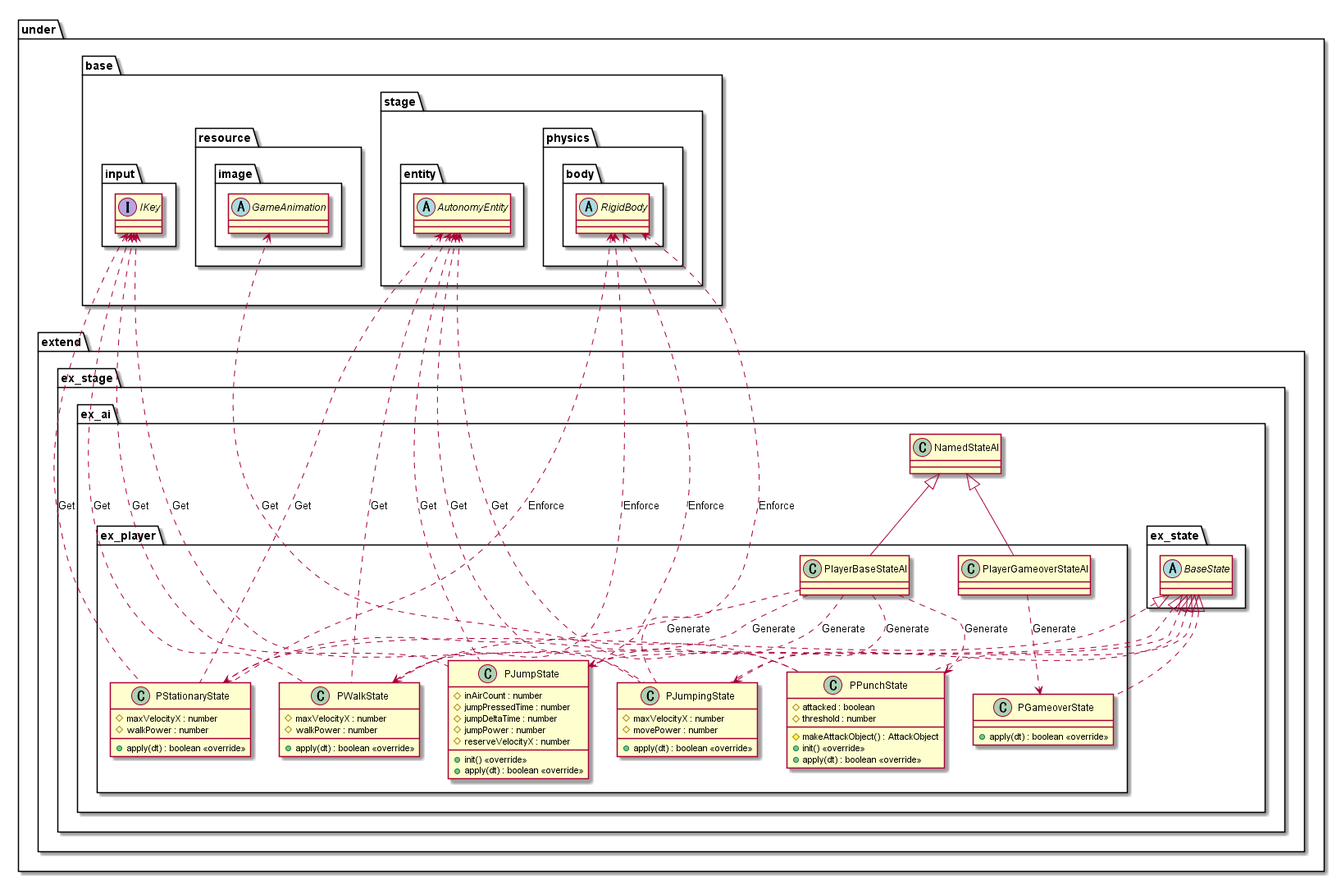
This is out/uml/entity/ai/ExtendPlayer/AIExtend.png from Expine/Under, a PlantUML export, as it was before one commit. Its diagram source:
```plantuml
@startuml AIExtend

package under {
    package extend {
        package ex_stage {
            package ex_ai {
                package ex_player {
                    class PlayerBaseStateAI
                    class PlayerGameoverStateAI
                    class PStationaryState {
                        #maxVelocityX : number
                        #walkPower : number
                        +apply(dt) : boolean <<override>>
                    }
                    class PWalkState {
                        #maxVelocityX : number
                        #walkPower : number
                        +apply(dt) : boolean <<override>>
                    }
                    class PJumpState {
                        #inAirCount : number
                        #jumpPressedTime : number
                        #jumpDeltaTime : number
                        #jumpPower : number
                        #reserveVelocityX : number
                        +init() <<override>>
                        +apply(dt) : boolean <<override>>
                    }
                    class PJumpingState {
                        #maxVelocityX : number
                        #movePower : number
                        +apply(dt) : boolean <<override>>
                    }
                    class PPunchState {
                        #attacked : boolean
                        #threshold : number
                        #makeAttackObject() : AttackObject
                        +init() <<override>>
                        +apply(dt) : boolean <<override>>
                    }
                    class PGameoverState {
                        +apply(dt) : boolean <<override>>
                    }
                }
            }
        }
    }
}

package under {
    package base {
        package input {
            interface IKey
        }
        package resource {
            package image {
                abstract GameAnimation
            }
        }
        package stage {
            package entity {
                abstract AutonomyEntity
            }
            package physics {
                package body {
                    abstract RigidBody
                }
            }
        }
    }
    package extend {
        package ex_stage {
            package ex_ai {
                class NamedStateAI
                package ex_state {
                    abstract BaseState
                }
            }
        }
    }
}

AutonomyEntity <.... PStationaryState : Get
RigidBody <.... PStationaryState : Enforce
IKey <.... PStationaryState : Get

AutonomyEntity <.... PWalkState : Get
RigidBody <.... PWalkState : Enforce
IKey <.... PWalkState : Get

AutonomyEntity <.... PJumpState : Get
RigidBody <.... PJumpState : Enforce
IKey <.... PJumpState : Get

AutonomyEntity <.... PJumpingState : Get
RigidBody <.... PJumpingState : Enforce
IKey <.... PJumpingState : Get

AutonomyEntity <.... PPunchState : Get
GameAnimation <.... PPunchState : Get

PlayerBaseStateAI ..> PStationaryState : Generate
PlayerBaseStateAI ..> PWalkState : Generate
PlayerBaseStateAI ..> PJumpState : Generate
PlayerBaseStateAI ..> PJumpingState : Generate
PlayerBaseStateAI ..> PPunchState : Generate

PlayerGameoverStateAI ..> PGameoverState : Generate

NamedStateAI <|-- PlayerBaseStateAI
NamedStateAI <|-- PlayerGameoverStateAI

BaseState <|.. PStationaryState
BaseState <|.. PWalkState
BaseState <|.. PJumpState
BaseState <|.. PJumpingState
BaseState <|.. PPunchState
BaseState <|.. PGameoverState

@enduml
```
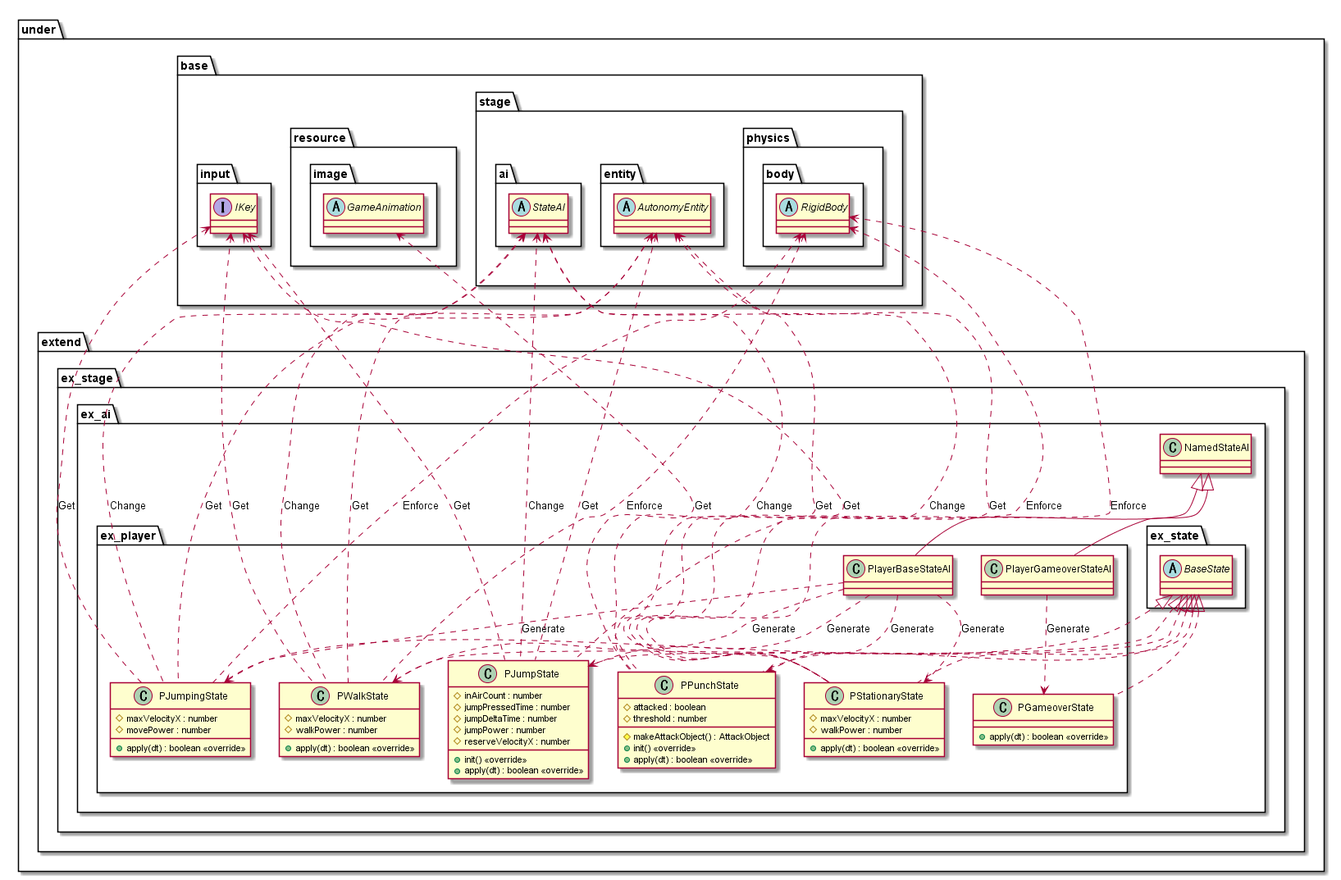
The same file after the commit.

What changed in the source:
```diff
@@ -58,6 +58,9 @@
             }
         }
         package stage {
+            package ai {
+                abstract StateAI
+            }
             package entity {
                 abstract AutonomyEntity
             }
@@ -82,22 +85,27 @@
 
 AutonomyEntity <.... PStationaryState : Get
 RigidBody <.... PStationaryState : Enforce
+StateAI <.... PStationaryState : Change
 IKey <.... PStationaryState : Get
 
 AutonomyEntity <.... PWalkState : Get
 RigidBody <.... PWalkState : Enforce
+StateAI <.... PWalkState : Change
 IKey <.... PWalkState : Get
 
 AutonomyEntity <.... PJumpState : Get
 RigidBody <.... PJumpState : Enforce
+StateAI <.... PJumpState : Change
 IKey <.... PJumpState : Get
 
 AutonomyEntity <.... PJumpingState : Get
 RigidBody <.... PJumpingState : Enforce
+StateAI <.... PJumpingState : Change
 IKey <.... PJumpingState : Get
 
 AutonomyEntity <.... PPunchState : Get
 GameAnimation <.... PPunchState : Get
+StateAI <.... PPunchState : Change
 
 PlayerBaseStateAI ..> PStationaryState : Generate
 PlayerBaseStateAI ..> PWalkState : Generate
```
